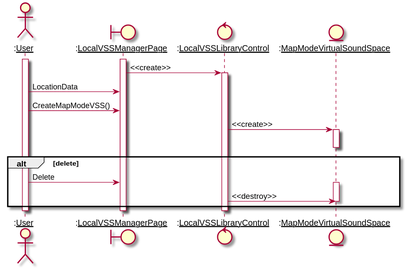
kpp19920121/doc keeps this PlantUML diagram as 需求定义和分析/SeqDiagram/createmapmodevss.svg. Above is the earlier version.
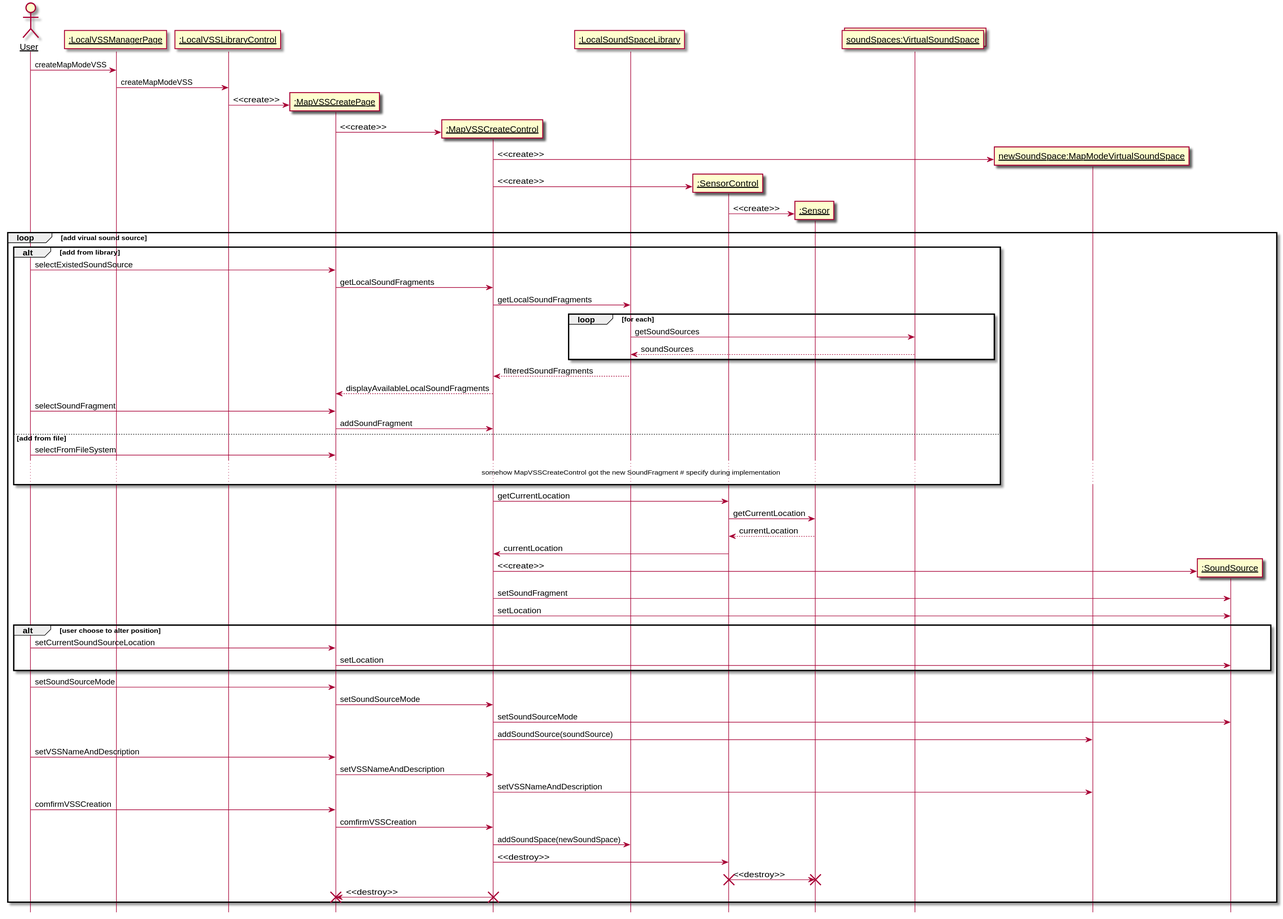
Above is the later version.

Diff of the diagram source:
```diff
@@ -1,25 +1,85 @@
-@startuml
-actor ":__User__" as User
-boundary ":__LocalVSSManagerPage__" as LocalVSSManagerPage
-control ":__LocalVSSLibraryControl__" as LocalVSSLibraryControl
-entity ":__MapModeVirtualSoundSpace__" as MapModeVirtualSoundSpace
+@startuml CreateMapModeVSS
+hide footbox
+skinparam sequenceParticipant underline
 
-activate User
-activate LocalVSSManagerPage
-LocalVSSManagerPage -> LocalVSSLibraryControl: <<create>>
-activate LocalVSSLibraryControl
-User -> LocalVSSManagerPage: LocationData
-User -> LocalVSSManagerPage: CreateMapModeVSS()
-LocalVSSLibraryControl -> MapModeVirtualSoundSpace: <<create>>
-activate MapModeVirtualSoundSpace
-deactivate MapModeVirtualSoundSpace
-alt delete
-    User -> LocalVSSManagerPage: Delete
-    activate MapModeVirtualSoundSpace
-    LocalVSSLibraryControl -> MapModeVirtualSoundSpace: <<destroy>>
-    deactivate MapModeVirtualSoundSpace
+
+actor User as user
+participant ":LocalVSSManagerPage" as boundary
+participant ":LocalVSSLibraryControl" as control
+participant ":MapVSSCreatePage" as createboundary
+participant ":MapVSSCreateControl" as createcontrol
+participant ":LocalSoundSpaceLibrary" as library
+participant ":SensorControl" as sensorcontrol
+participant ":Sensor" as sensor
+collections "soundSpaces:VirtualSoundSpace" as vsses
+participant "newSoundSpace:MapModeVirtualSoundSpace" as newspace
+
+
+
+user -> boundary: createMapModeVSS
+boundary -> control: createMapModeVSS
+create createboundary
+control -> createboundary: <<create>>
+create createcontrol
+createboundary -> createcontrol: <<create>>
+create newspace
+createcontrol -> newspace: <<create>>
+create sensorcontrol
+createcontrol -> sensorcontrol: <<create>>
+create sensor
+sensorcontrol -> sensor: <<create>>
+loop add virual sound source
+    alt add from library
+        user -> createboundary: selectExistedSoundSource
+        createboundary -> createcontrol: getLocalSoundFragments
+        createcontrol -> library: getLocalSoundFragments
+        loop for each
+            library -> vsses: getSoundSources
+            vsses --> library: soundSources
+        end
+        library --> createcontrol: filteredSoundFragments
+        createcontrol --> createboundary: displayAvailableLocalSoundFragments
+        user -> createboundary: selectSoundFragment
+        createboundary -> createcontrol: addSoundFragment
+    else add from file
+        user -> createboundary: selectFromFileSystem
+        ...somehow MapVSSCreateControl got the new SoundFragment # specify during implementation...
+
+    end
+
+    createcontrol -> sensorcontrol: getCurrentLocation
+    sensorcontrol -> sensor: getCurrentLocation
+    sensor --> sensorcontrol: currentLocation
+    sensorcontrol -> createcontrol: currentLocation
+
+    participant ":SoundSource" as source
+    create source
+    createcontrol -> source: <<create>>
+    createcontrol -> source: setSoundFragment
+    createcontrol -> source: setLocation
+
+    alt user choose to alter position
+        user -> createboundary: setCurrentSoundSourceLocation
+        createboundary -> source: setLocation
+    end
+    user -> createboundary: setSoundSourceMode
+    createboundary -> createcontrol: setSoundSourceMode
+    createcontrol -> source: setSoundSourceMode
+    createcontrol -> newspace: addSoundSource(soundSource)
+    user -> createboundary: setVSSNameAndDescription
+    createboundary -> createcontrol: setVSSNameAndDescription
+    createcontrol -> newspace: setVSSNameAndDescription
+    user -> createboundary: comfirmVSSCreation
+    createboundary -> createcontrol: comfirmVSSCreation
+    createcontrol -> library: addSoundSpace(newSoundSpace)
+    createcontrol -> sensorcontrol: <<destroy>>
+    sensorcontrol -> sensor: <<destroy>>
+    destroy sensorcontrol
+    destroy sensor
+    createcontrol -> createboundary: <<destroy>>
+    destroy createboundary
+    destroy createcontrol
+
+
 end
-deactivate LocalVSSLibraryControl
-deactivate LocalVSSManagerPage
-deactivate User
 @enduml
```
